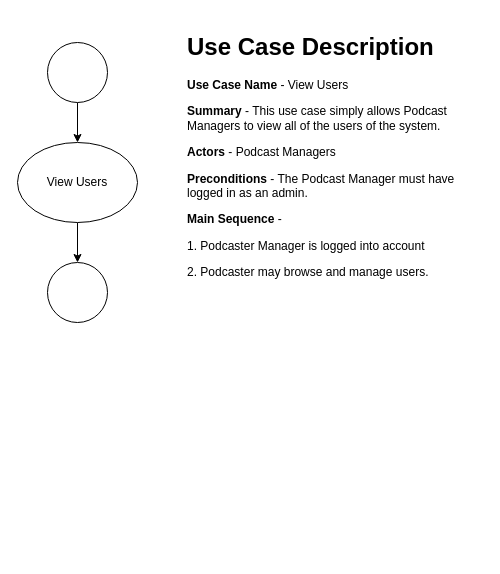
Earlier version of the draw.io diagram view_users_activity.drawio (Glizzus/COMP-3700). Source tidied: cells renumbered, new cells numbered last; positions are measured from the earlier drawing's top-left corner, leaving out a move shared by most shapes. Both pictures are drawn from the tidied source at 100%, with x=0, y=0 at pixel (17, 27).
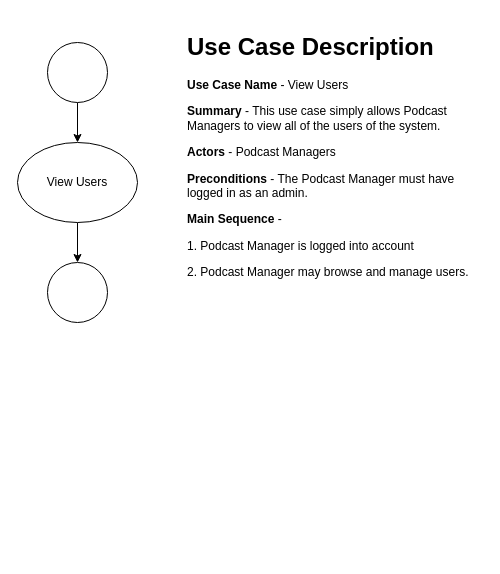
The same diagram, later.

What changed in the source:
```diff
@@
 <mxGraphModel>
   <root>
     <mxCell id="0" />
     <mxCell id="1" parent="0" />
     <mxCell id="2" style="edgeStyle=orthogonalEdgeStyle;rounded=0;jettySize=auto;html=1;entryX=0.5;entryY=0;entryDx=0;entryDy=0;" parent="1" edge="1" source="3" target="5">
       <mxGeometry relative="1" as="geometry" />
     </mxCell>
     <mxCell id="3" style="ellipse;whiteSpace=wrap;html=1;" parent="1" vertex="1">
       <mxGeometry x="30" y="15" width="60" height="60" as="geometry" />
     </mxCell>
     <mxCell id="4" style="edgeStyle=orthogonalEdgeStyle;rounded=0;jettySize=auto;html=1;entryX=0.5;entryY=0;entryDx=0;entryDy=0;" parent="1" edge="1" source="5" target="7">
       <mxGeometry relative="1" as="geometry" />
     </mxCell>
     <mxCell id="5" value="View Users" style="ellipse;whiteSpace=wrap;html=1;" parent="1" vertex="1">
       <mxGeometry y="115" width="120" height="80" as="geometry" />
     </mxCell>
-    <mxCell id="6" value="&lt;h1&gt;Use Case Description&lt;/h1&gt;&lt;p&gt;&lt;b&gt;Use Case Name&amp;nbsp;&lt;/b&gt;- View Users&lt;/p&gt;&lt;p&gt;&lt;b&gt;Summary&amp;nbsp;&lt;/b&gt;- This use case simply allows Podcast Managers to view all of the users of the system.&lt;/p&gt;&lt;p&gt;&lt;b&gt;Actors&lt;/b&gt; - Podcast Managers&lt;/p&gt;&lt;p&gt;&lt;b&gt;Preconditions&lt;/b&gt; - The Podcast Manager must have logged in as an admin.&lt;/p&gt;&lt;p&gt;&lt;b&gt;Main Sequence&lt;/b&gt; -&amp;nbsp;&lt;/p&gt;&lt;p&gt;1. Podcaster Manager is logged into account&lt;/p&gt;&lt;p&gt;2. Podcaster may browse and manage users.&lt;/p&gt;&lt;p&gt;&lt;br&gt;&lt;/p&gt;" style="text;html=1;strokeColor=none;fillColor=none;spacing=5;spacingTop=-20;whiteSpace=wrap;overflow=hidden;rounded=0;" parent="1" vertex="1">
+    <mxCell id="6" value="&lt;h1&gt;Use Case Description&lt;/h1&gt;&lt;p&gt;&lt;b&gt;Use Case Name&amp;nbsp;&lt;/b&gt;- View Users&lt;/p&gt;&lt;p&gt;&lt;b&gt;Summary&amp;nbsp;&lt;/b&gt;- This use case simply allows Podcast Managers to view all of the users of the system.&lt;/p&gt;&lt;p&gt;&lt;b&gt;Actors&lt;/b&gt; - Podcast Managers&lt;/p&gt;&lt;p&gt;&lt;b&gt;Preconditions&lt;/b&gt; - The Podcast Manager must have logged in as an admin.&lt;/p&gt;&lt;p&gt;&lt;b&gt;Main Sequence&lt;/b&gt; -&amp;nbsp;&lt;/p&gt;&lt;p&gt;1. Podcast Manager is logged into account&lt;/p&gt;&lt;p&gt;2. Podcast Manager may browse and manage users.&lt;/p&gt;&lt;p&gt;&lt;br&gt;&lt;/p&gt;" style="text;html=1;strokeColor=none;fillColor=none;spacing=5;spacingTop=-20;whiteSpace=wrap;overflow=hidden;rounded=0;" parent="1" vertex="1">
       <mxGeometry x="165" width="300" height="530" as="geometry" />
     </mxCell>
     <mxCell id="7" style="ellipse;whiteSpace=wrap;html=1;" parent="1" vertex="1">
       <mxGeometry x="30" y="235" width="60" height="60" as="geometry" />
     </mxCell>
   </root>
 </mxGraphModel>
```
